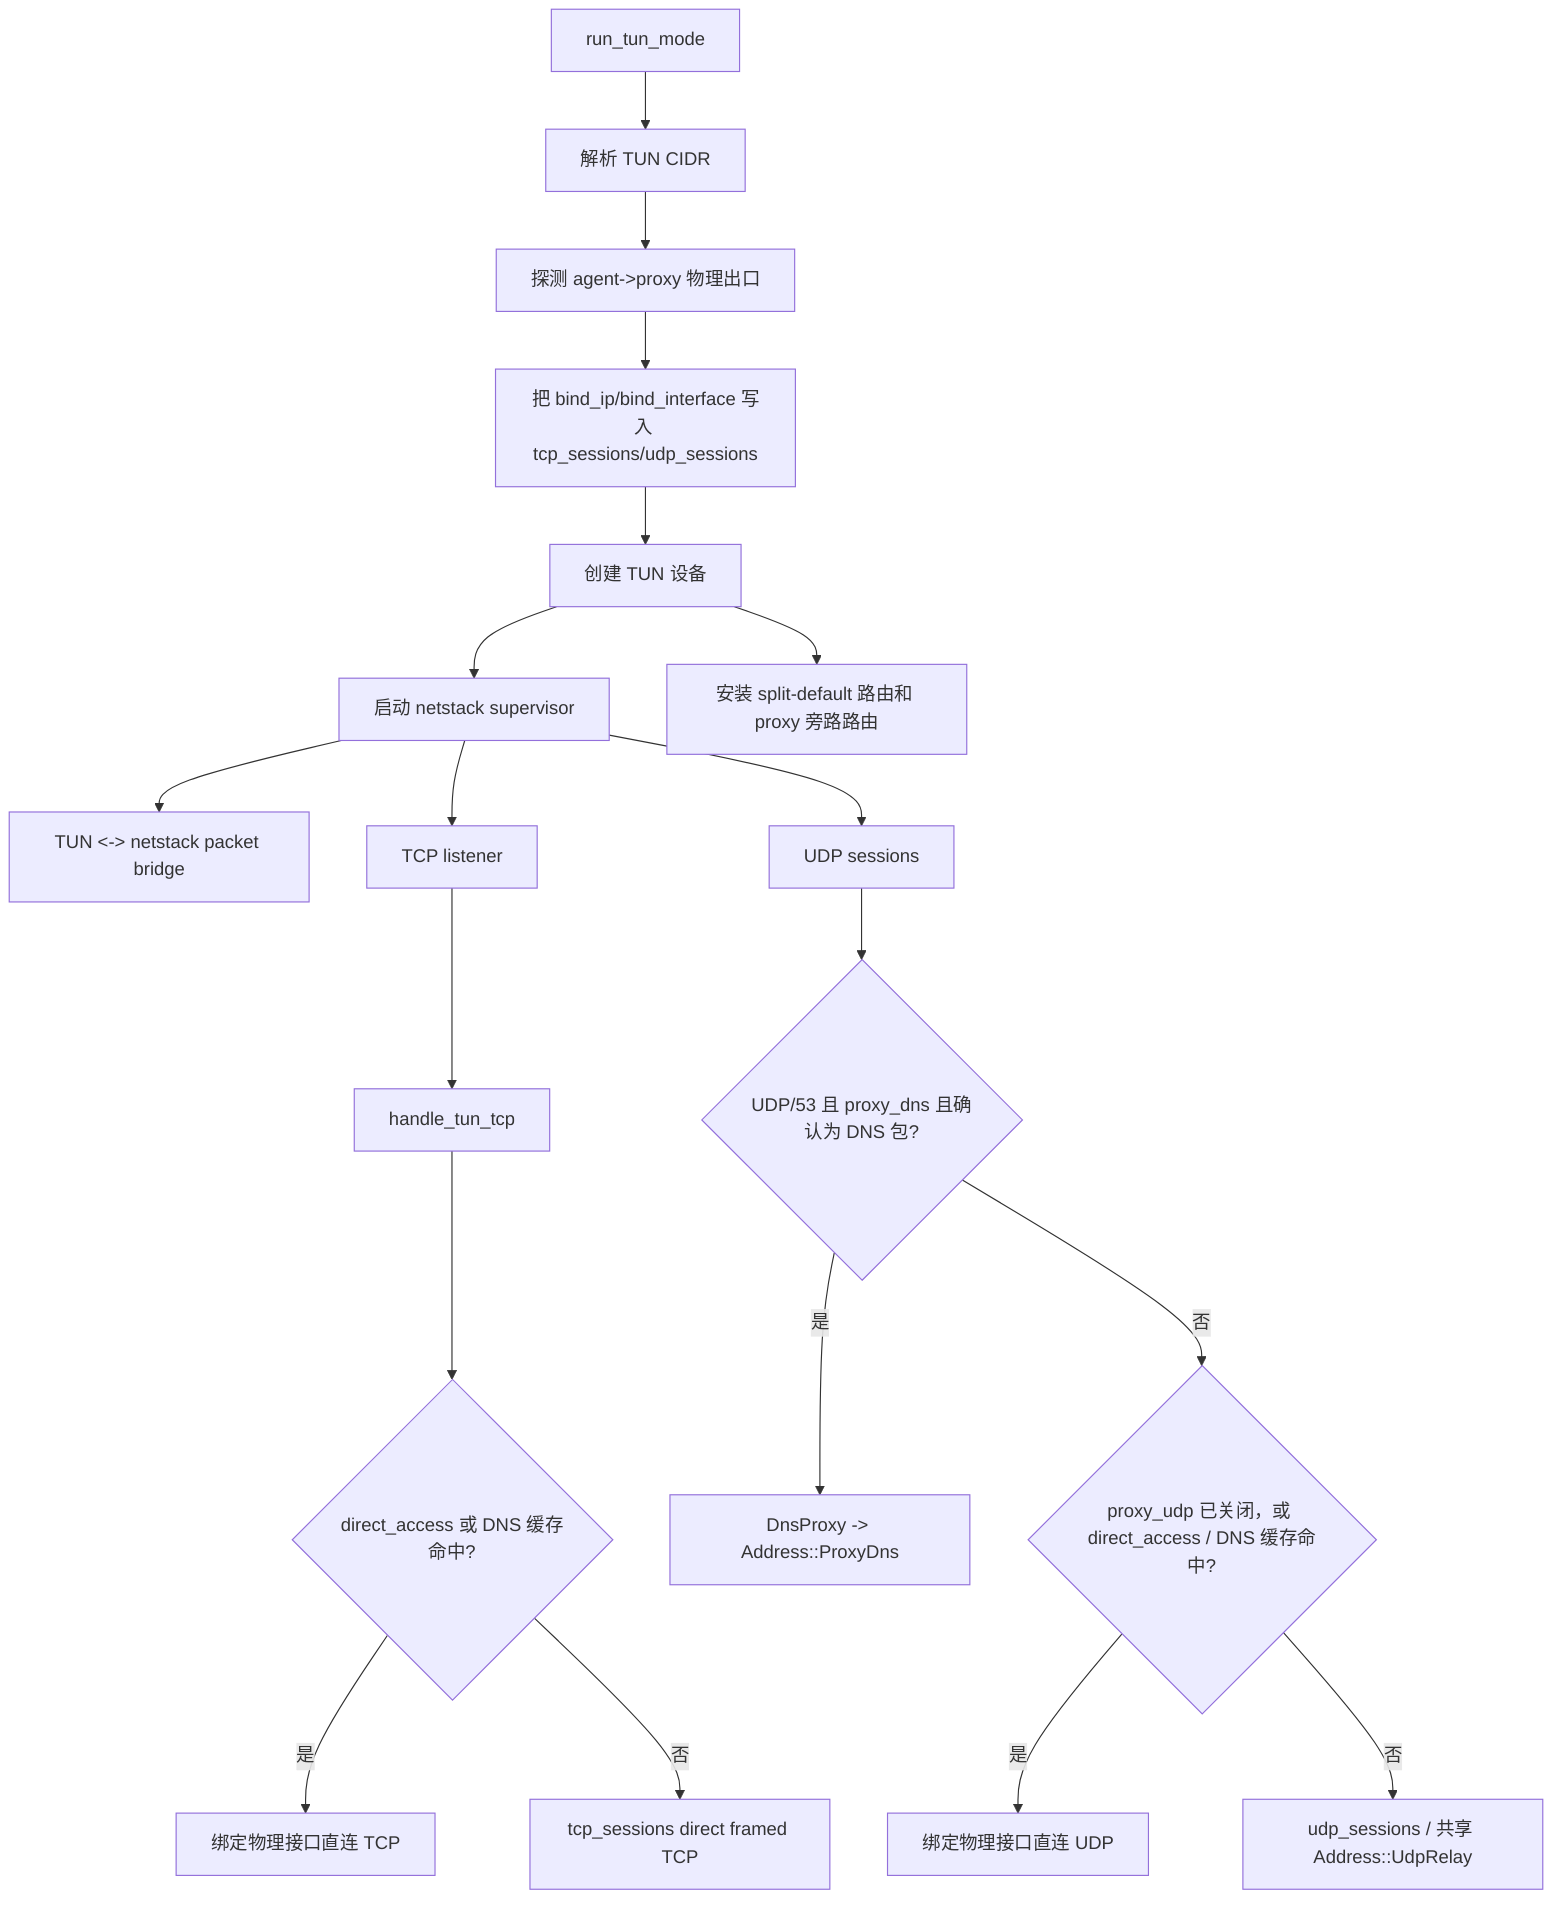
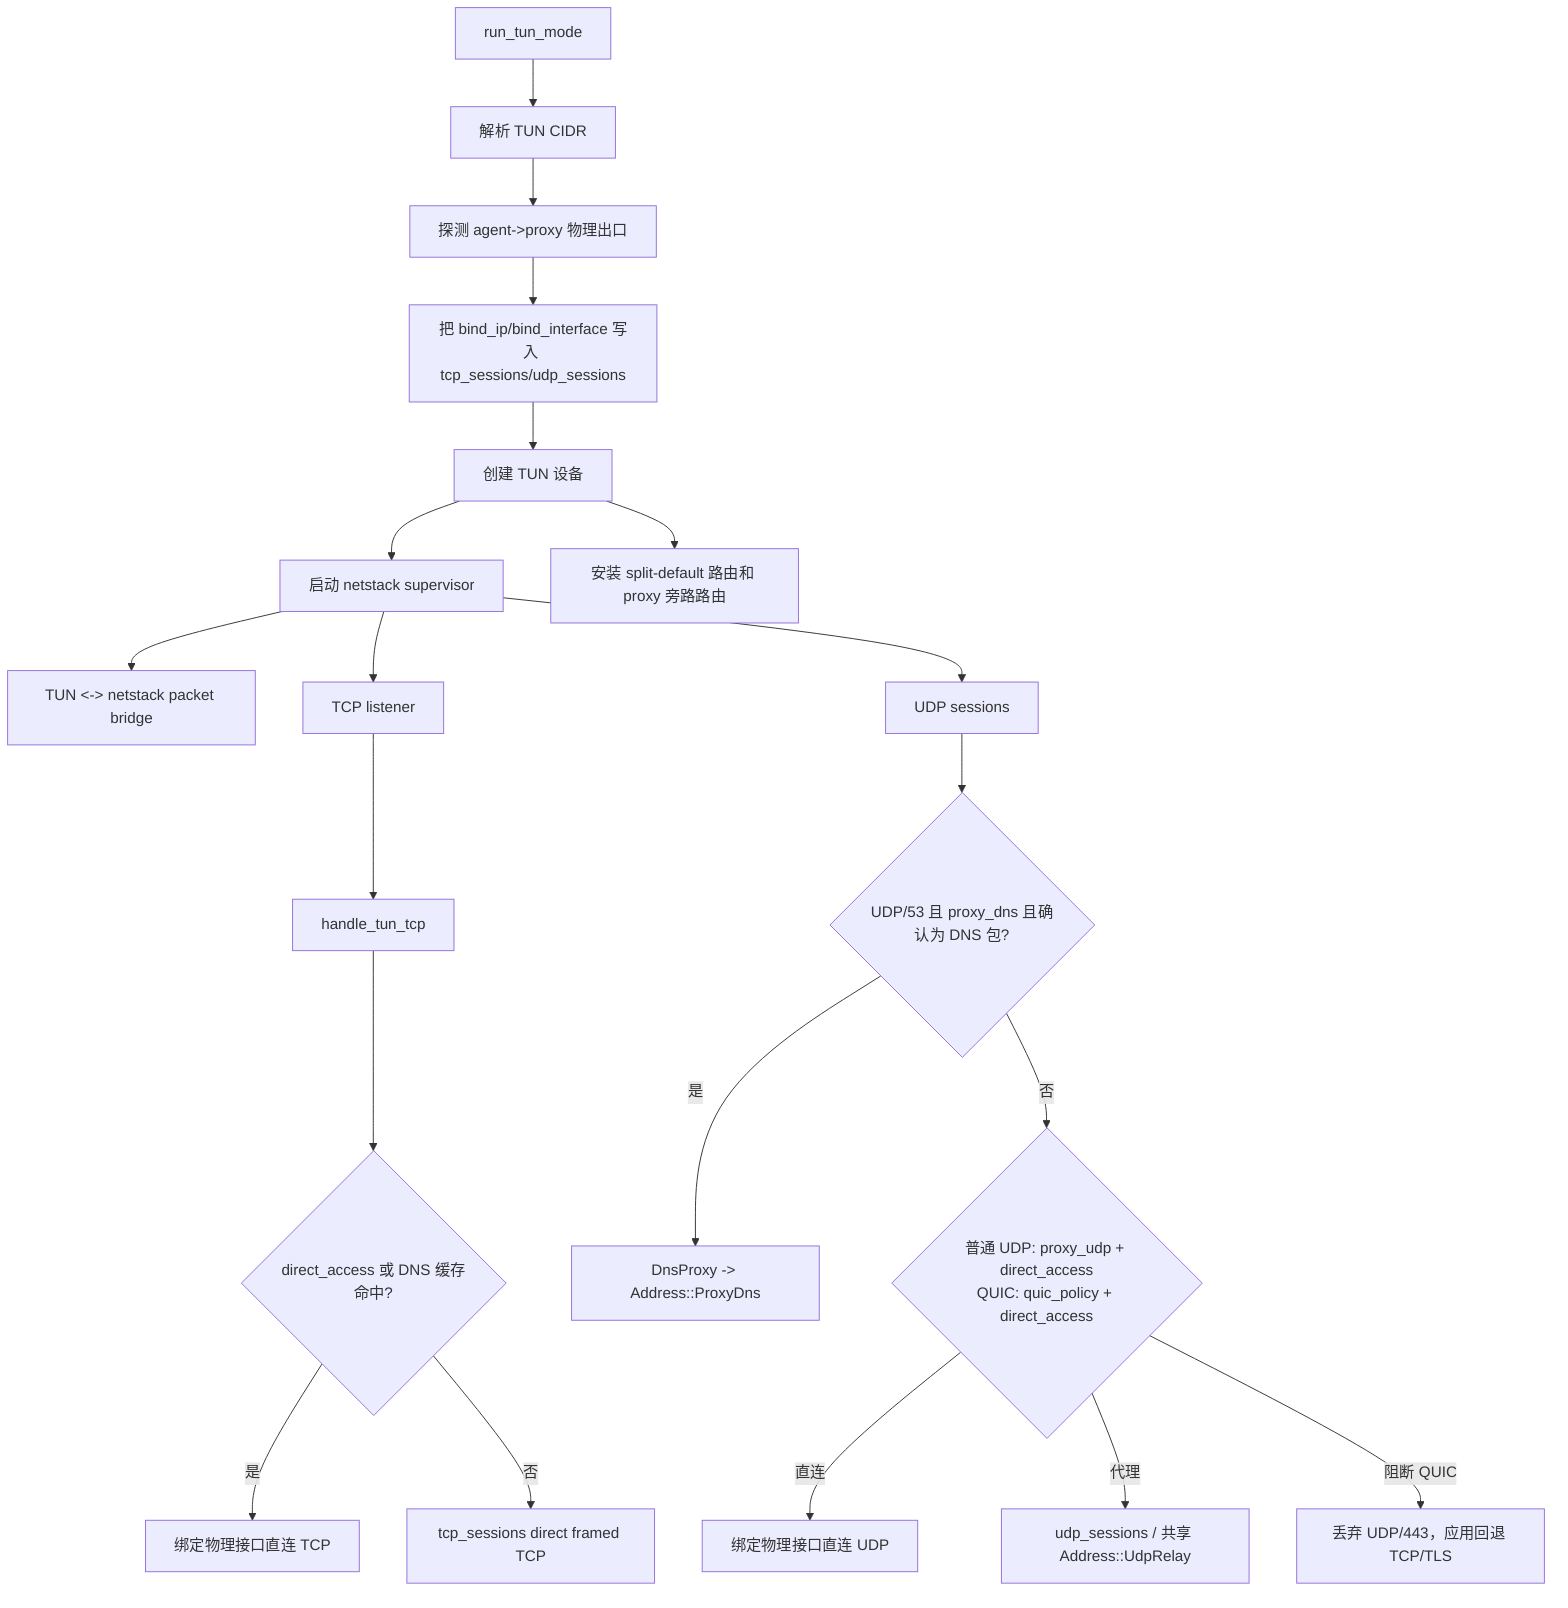
flowchart TD
    A["run_tun_mode"] --> B["解析 TUN CIDR"]
    B --> C["探测 agent->proxy 物理出口"]
    C --> D["把 bind_ip/bind_interface 写入 tcp_sessions/udp_sessions"]
    D --> E["创建 TUN 设备"]
    E --> F["启动 netstack supervisor"]
    F --> G["TUN <-> netstack packet bridge"]
    F --> H["TCP listener"]
    F --> I["UDP sessions"]
    E --> J["安装 split-default 路由和 proxy 旁路路由"]
    H --> K["handle_tun_tcp"]
    K --> L{"direct_access 或 DNS 缓存命中?"}
    L -->|"是"| M["绑定物理接口直连 TCP"]
    L -->|"否"| N["tcp_sessions direct framed TCP"]

    I --> O{"UDP/53 且 proxy_dns 且确认为 DNS 包?"}
    O -->|"是"| P["DnsProxy -> Address::ProxyDns"]
-     O -->|"否"| Q{"proxy_udp 已关闭，或 direct_access / DNS 缓存命中?"}
-     Q -->|"是"| R["绑定物理接口直连 UDP"]
-     Q -->|"否"| S["udp_sessions / 共享 Address::UdpRelay"]
+     O -->|"否"| Q{"普通 UDP: proxy_udp + direct_access<br/>QUIC: quic_policy + direct_access"}
+     Q -->|"直连"| R["绑定物理接口直连 UDP"]
+     Q -->|"代理"| S["udp_sessions / 共享 Address::UdpRelay"]
+     Q -->|"阻断 QUIC"| T["丢弃 UDP/443，应用回退 TCP/TLS"]
